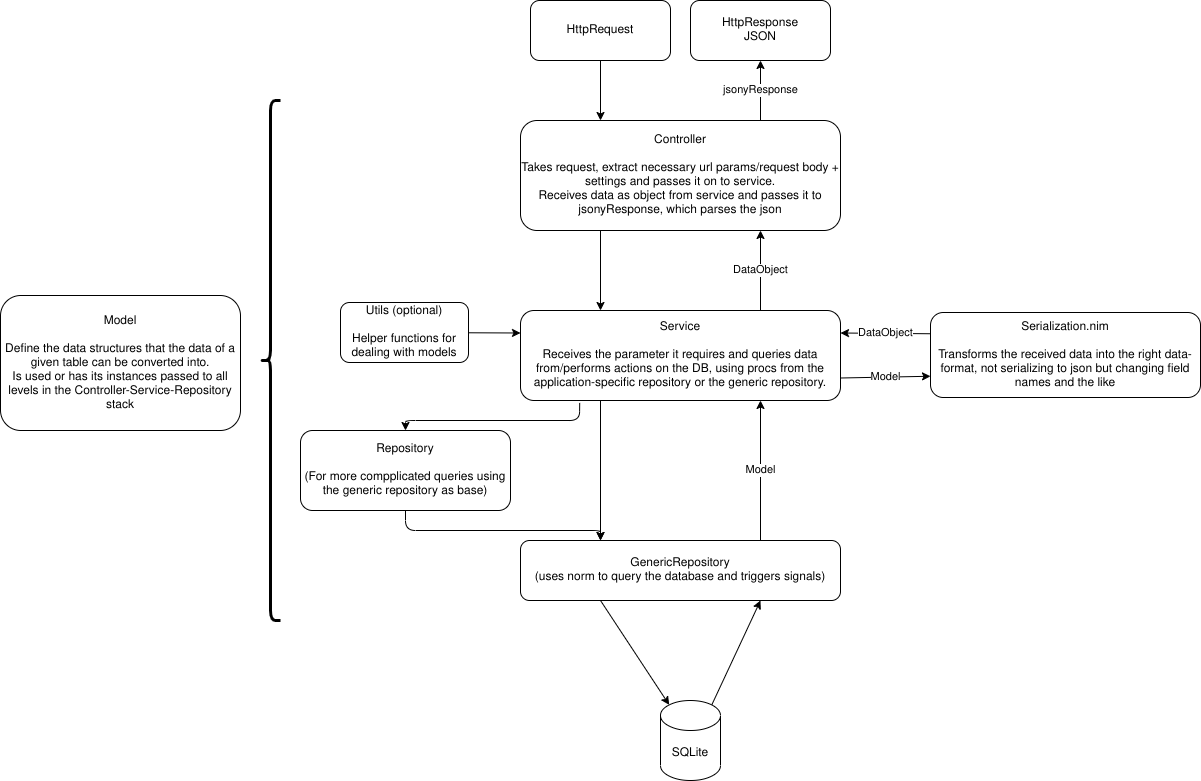
PhilippMDoerner/NimStoryFont keeps this draw.io diagram as architectureImages/generalRequestHandling.png. Above is the earlier version. Source tidied: cells renumbered, new cells last; positions are measured from the earlier drawing's top-left corner, leaving out a move shared by most shapes.
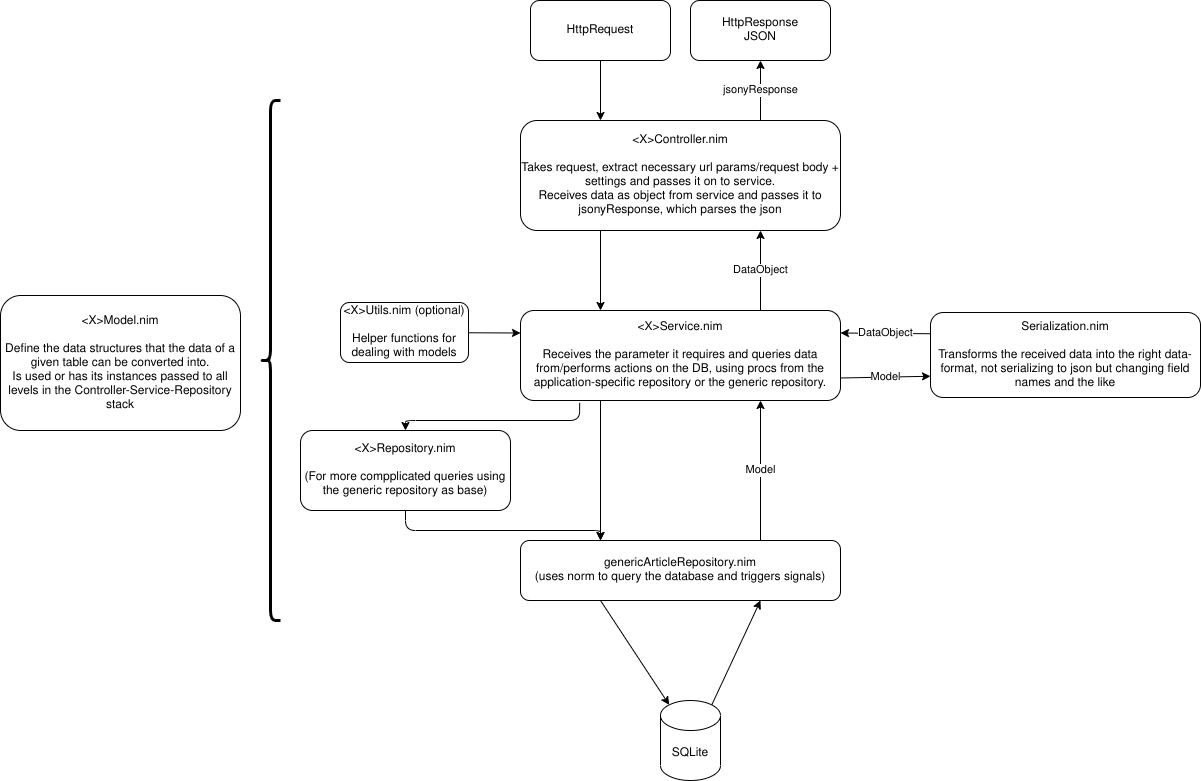
After the change.

Diff of the diagram source:
```diff
@@ -17,7 +17,7 @@
     <mxCell id="6" style="edgeStyle=none;html=1;exitX=0.25;exitY=1;exitDx=0;exitDy=0;entryX=0.25;entryY=0;entryDx=0;entryDy=0;" parent="1" edge="1" source="7" target="12">
       <mxGeometry relative="1" as="geometry" />
     </mxCell>
-    <mxCell id="7" value="Controller&lt;br&gt;&lt;br&gt;Takes request, extract necessary url params/request body + settings and passes it on to service.&lt;br&gt;Receives data as object from service and passes it to jsonyResponse, which parses the json" style="rounded=1;whiteSpace=wrap;html=1;" parent="1" vertex="1">
+    <mxCell id="7" value="&amp;lt;X&amp;gt;Controller.nim&lt;br&gt;&lt;br&gt;Takes request, extract necessary url params/request body + settings and passes it on to service.&lt;br&gt;Receives data as object from service and passes it to jsonyResponse, which parses the json" style="rounded=1;whiteSpace=wrap;html=1;" parent="1" vertex="1">
       <mxGeometry x="520" y="120" width="320" height="110" as="geometry" />
     </mxCell>
     <mxCell id="8" style="edgeStyle=none;html=1;exitX=0.185;exitY=1.027;exitDx=0;exitDy=0;entryX=0.5;entryY=0;entryDx=0;entryDy=0;exitPerimeter=0;" parent="1" edge="1" source="12" target="17">
@@ -39,7 +39,7 @@
     <mxCell id="11" value="Model" style="edgeStyle=none;html=1;exitX=1;exitY=0.75;exitDx=0;exitDy=0;entryX=0;entryY=0.75;entryDx=0;entryDy=0;" parent="1" edge="1" source="12" target="25">
       <mxGeometry relative="1" as="geometry" />
     </mxCell>
-    <mxCell id="12" value="Service&lt;br&gt;&lt;br&gt;Receives the parameter it requires and queries data from/performs actions on the DB, using procs from the application-specific repository or the generic repository." style="rounded=1;whiteSpace=wrap;html=1;" parent="1" vertex="1">
+    <mxCell id="12" value="&amp;lt;X&amp;gt;Service.nim&lt;br&gt;&lt;br&gt;Receives the parameter it requires and queries data from/performs actions on the DB, using procs from the application-specific repository or the generic repository." style="rounded=1;whiteSpace=wrap;html=1;" parent="1" vertex="1">
       <mxGeometry x="520" y="310" width="320" height="90" as="geometry" />
     </mxCell>
     <mxCell id="13" value="Model" style="edgeStyle=none;html=1;exitX=0.75;exitY=0;exitDx=0;exitDy=0;entryX=0.75;entryY=1;entryDx=0;entryDy=0;" parent="1" edge="1" source="15" target="12">
@@ -48,7 +48,7 @@
     <mxCell id="14" style="edgeStyle=none;html=1;exitX=0.25;exitY=1;exitDx=0;exitDy=0;entryX=0.145;entryY=0;entryDx=0;entryDy=4.35;entryPerimeter=0;" parent="1" edge="1" source="15" target="19">
       <mxGeometry relative="1" as="geometry" />
     </mxCell>
-    <mxCell id="15" value="GenericRepository&lt;br&gt;(uses norm to query the database and triggers signals)" style="rounded=1;whiteSpace=wrap;html=1;" parent="1" vertex="1">
+    <mxCell id="15" value="genericArticleRepository.nim&lt;br&gt;(uses norm to query the database and triggers signals)" style="rounded=1;whiteSpace=wrap;html=1;" parent="1" vertex="1">
       <mxGeometry x="520" y="540" width="320" height="60" as="geometry" />
     </mxCell>
     <mxCell id="16" style="edgeStyle=none;html=1;exitX=0.5;exitY=1;exitDx=0;exitDy=0;entryX=0.25;entryY=0;entryDx=0;entryDy=0;" parent="1" edge="1" source="17" target="15">
@@ -59,7 +59,7 @@
         </Array>
       </mxGeometry>
     </mxCell>
-    <mxCell id="17" value="Repository&lt;br&gt;&lt;br&gt;(For more compplicated queries using the generic repository as base)" style="rounded=1;whiteSpace=wrap;html=1;" parent="1" vertex="1">
+    <mxCell id="17" value="&amp;lt;X&amp;gt;Repository.nim&lt;br&gt;&lt;br&gt;(For more compplicated queries using the generic repository as base)" style="rounded=1;whiteSpace=wrap;html=1;" parent="1" vertex="1">
       <mxGeometry x="300" y="430" width="210" height="80" as="geometry" />
     </mxCell>
     <mxCell id="18" style="edgeStyle=none;html=1;exitX=0.855;exitY=0;exitDx=0;exitDy=4.35;exitPerimeter=0;entryX=0.75;entryY=1;entryDx=0;entryDy=0;" parent="1" edge="1" source="19" target="15">
@@ -71,10 +71,10 @@
     <mxCell id="20" style="edgeStyle=none;html=1;entryX=0;entryY=0.25;entryDx=0;entryDy=0;" parent="1" edge="1" source="21" target="12">
       <mxGeometry relative="1" as="geometry" />
     </mxCell>
-    <mxCell id="21" value="Utils (optional)&lt;br&gt;&lt;br&gt;Helper functions for dealing with models" style="rounded=1;whiteSpace=wrap;html=1;" parent="1" vertex="1">
+    <mxCell id="21" value="&amp;lt;X&amp;gt;Utils.nim (optional)&lt;br&gt;&lt;br&gt;Helper functions for dealing with models" style="rounded=1;whiteSpace=wrap;html=1;" parent="1" vertex="1">
       <mxGeometry x="340" y="302" width="128" height="60" as="geometry" />
     </mxCell>
-    <mxCell id="22" value="Model&lt;br&gt;&lt;br&gt;Define the data structures that the data of a given table can be converted into.&lt;br&gt;Is used or has its instances passed to all levels in the Controller-Service-Repository stack" style="rounded=1;whiteSpace=wrap;html=1;" parent="1" vertex="1">
+    <mxCell id="22" value="&amp;lt;X&amp;gt;Model.nim&lt;br&gt;&lt;br&gt;Define the data structures that the data of a given table can be converted into.&lt;br&gt;Is used or has its instances passed to all levels in the Controller-Service-Repository stack" style="rounded=1;whiteSpace=wrap;html=1;" parent="1" vertex="1">
       <mxGeometry y="295" width="240" height="135" as="geometry" />
     </mxCell>
     <mxCell id="23" style="shape=curlyBracket;whiteSpace=wrap;html=1;rounded=1;strokeWidth=3;" parent="1" vertex="1">
```
